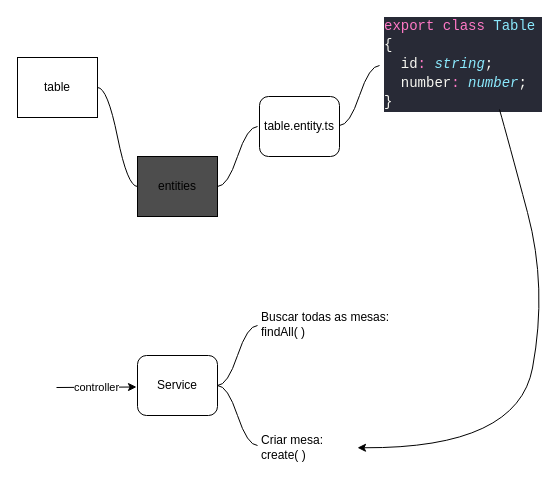
Above: page "Entities" (3 of 7) of table.drawio in SandroXC/pizza-fresh-server (draw.io), before the change. Source tidied: cells renumbered, new cells numbered last; positions are measured from the earlier drawing's top-left corner, leaving out a move shared by most shapes. Both pictures are drawn from the tidied source at 100%, with x=0, y=0 at pixel (17, 19).
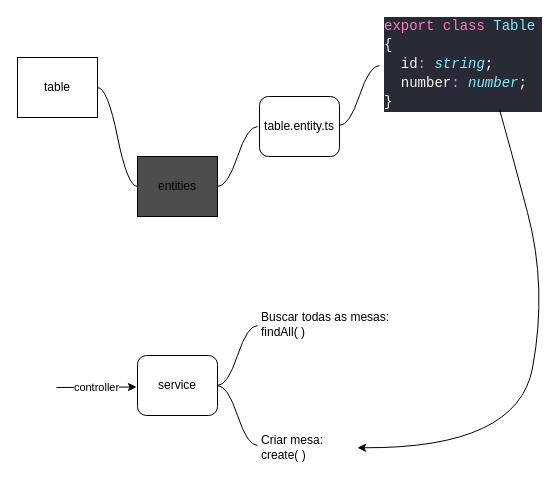
The same diagram, later.

What changed in the source:
```diff
@@
-    <mxCell id="7" value="Service" style="rounded=1;whiteSpace=wrap;html=1;" parent="1" vertex="1">
+    <mxCell id="7" value="service" style="rounded=1;whiteSpace=wrap;html=1;" parent="1" vertex="1">
       <mxGeometry x="120" y="336" width="80" height="60" as="geometry" />
     </mxCell>
```
